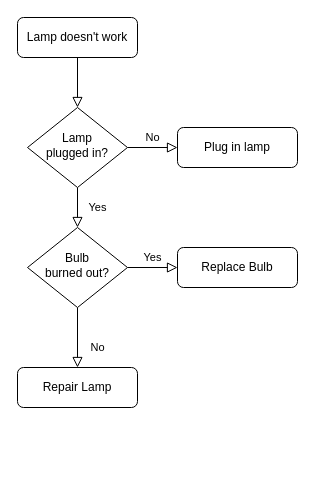
bird1225/draw keeps this draw.io diagram as 报警事件详情.drawio. Above is the earlier version. Source tidied: cells renumbered, new cells numbered last; positions are measured from the earlier drawing's top-left corner, leaving out a move shared by most shapes. Both pictures are drawn from the tidied source at 100%, with x=0, y=0 at pixel (17, 17).
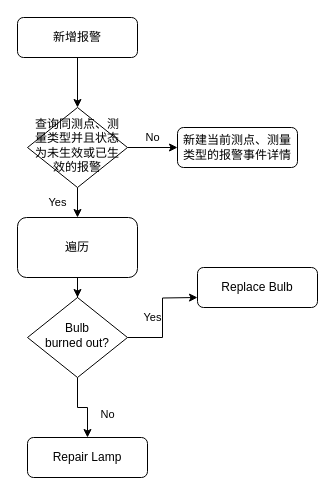
Above is the later version.

Commit message:
更新报警事件详情.drawio

The edit, as a diff of the source:
```diff
@@
 <mxGraphModel>
   <root>
     <mxCell id="0" />
     <mxCell id="1" parent="0" />
-    <mxCell id="2" style="rounded=0;html=1;jettySize=auto;fontSize=11;endArrow=block;endFill=0;endSize=8;strokeWidth=1;shadow=0;labelBackgroundColor=none;edgeStyle=orthogonalEdgeStyle;" parent="1" edge="1" source="3" target="6">
+    <mxCell id="2" style="rounded=0;html=1;jettySize=auto;fontSize=11;endArrow=classic;endFill=1;strokeWidth=1;shadow=0;labelBackgroundColor=none;edgeStyle=orthogonalEdgeStyle;" parent="1" edge="1" source="3" target="6">
       <mxGeometry relative="1" as="geometry" />
     </mxCell>
-    <mxCell id="3" value="Lamp doesn't work" style="rounded=1;whiteSpace=wrap;html=1;fontSize=12;glass=0;strokeWidth=1;shadow=0;" parent="1" vertex="1">
+    <mxCell id="3" value="新增报警" style="rounded=1;whiteSpace=wrap;html=1;fontSize=12;glass=0;strokeWidth=1;shadow=0;" parent="1" vertex="1">
       <mxGeometry width="120" height="40" as="geometry" />
     </mxCell>
-    <mxCell id="4" value="Yes" style="rounded=0;html=1;jettySize=auto;fontSize=11;endArrow=block;endFill=0;endSize=8;strokeWidth=1;shadow=0;labelBackgroundColor=none;edgeStyle=orthogonalEdgeStyle;" parent="1" edge="1" source="6" target="10">
+    <mxCell id="4" value="Yes" style="rounded=0;html=1;jettySize=auto;fontSize=11;endArrow=classic;endFill=1;strokeWidth=1;shadow=0;labelBackgroundColor=none;edgeStyle=orthogonalEdgeStyle;entryX=0.5;entryY=0;entryDx=0;entryDy=0;" parent="1" edge="1" source="6" target="14">
       <mxGeometry y="20" relative="1" as="geometry" />
     </mxCell>
-    <mxCell id="5" value="No" style="edgeStyle=orthogonalEdgeStyle;rounded=0;html=1;jettySize=auto;fontSize=11;endArrow=block;endFill=0;endSize=8;strokeWidth=1;shadow=0;labelBackgroundColor=none;" parent="1" edge="1" source="6" target="7">
+    <mxCell id="5" value="No" style="edgeStyle=orthogonalEdgeStyle;rounded=0;html=1;jettySize=auto;fontSize=11;endArrow=classic;endFill=1;strokeWidth=1;shadow=0;labelBackgroundColor=none;" parent="1" edge="1" source="6" target="7">
       <mxGeometry y="10" relative="1" as="geometry" />
     </mxCell>
-    <mxCell id="6" value="Lamp&lt;br&gt;plugged in?" style="rhombus;whiteSpace=wrap;html=1;shadow=0;fontFamily=Helvetica;fontSize=12;align=center;strokeWidth=1;spacing=6;spacingTop=-4;" parent="1" vertex="1">
+    <mxCell id="6" value="查询同测点、测量类型并且状态为未生效或已生效的报警" style="rhombus;whiteSpace=wrap;html=1;shadow=0;fontFamily=Helvetica;fontSize=12;align=center;strokeWidth=1;spacing=6;spacingTop=-4;" parent="1" vertex="1">
       <mxGeometry x="10" y="90" width="100" height="80" as="geometry" />
     </mxCell>
-    <mxCell id="7" value="Plug in lamp" style="rounded=1;whiteSpace=wrap;html=1;fontSize=12;glass=0;strokeWidth=1;shadow=0;" parent="1" vertex="1">
+    <mxCell id="7" value="新建当前测点、测量类型的报警事件详情" style="rounded=1;whiteSpace=wrap;html=1;fontSize=12;glass=0;strokeWidth=1;shadow=0;" parent="1" vertex="1">
       <mxGeometry x="160" y="110" width="120" height="40" as="geometry" />
     </mxCell>
-    <mxCell id="8" value="No" style="rounded=0;html=1;jettySize=auto;fontSize=11;endArrow=block;endFill=0;endSize=8;strokeWidth=1;shadow=0;labelBackgroundColor=none;edgeStyle=orthogonalEdgeStyle;" parent="1" edge="1" source="10" target="11">
+    <mxCell id="8" value="No" style="rounded=0;html=1;jettySize=auto;fontSize=11;endArrow=classic;endFill=1;strokeWidth=1;shadow=0;labelBackgroundColor=none;edgeStyle=orthogonalEdgeStyle;" parent="1" edge="1" source="10" target="11">
       <mxGeometry x="0.33" y="20" relative="1" as="geometry" />
     </mxCell>
-    <mxCell id="9" value="Yes" style="edgeStyle=orthogonalEdgeStyle;rounded=0;html=1;jettySize=auto;fontSize=11;endArrow=block;endFill=0;endSize=8;strokeWidth=1;shadow=0;labelBackgroundColor=none;" parent="1" edge="1" source="10" target="12">
-      <mxGeometry y="10" relative="1" as="geometry" />
+    <mxCell id="9" value="Yes" style="edgeStyle=orthogonalEdgeStyle;rounded=0;html=1;jettySize=auto;fontSize=11;endArrow=classic;endFill=1;strokeWidth=1;shadow=0;labelBackgroundColor=none;" parent="1" edge="1" source="10">
+      <mxGeometry y="10" relative="1" as="geometry">
+        <mxPoint x="180" y="280" as="targetPoint" />
+      </mxGeometry>
     </mxCell>
     <mxCell id="10" value="Bulb&lt;br&gt;burned out?" style="rhombus;whiteSpace=wrap;html=1;shadow=0;fontFamily=Helvetica;fontSize=12;align=center;strokeWidth=1;spacing=6;spacingTop=-4;" parent="1" vertex="1">
-      <mxGeometry x="10" y="210" width="100" height="80" as="geometry" />
+      <mxGeometry x="10" y="280" width="100" height="80" as="geometry" />
     </mxCell>
     <mxCell id="11" value="Repair Lamp" style="rounded=1;whiteSpace=wrap;html=1;fontSize=12;glass=0;strokeWidth=1;shadow=0;" parent="1" vertex="1">
-      <mxGeometry y="350" width="120" height="40" as="geometry" />
+      <mxGeometry x="10" y="420" width="120" height="40" as="geometry" />
     </mxCell>
     <mxCell id="12" value="Replace Bulb" style="rounded=1;whiteSpace=wrap;html=1;fontSize=12;glass=0;strokeWidth=1;shadow=0;" parent="1" vertex="1">
-      <mxGeometry x="160" y="230" width="120" height="40" as="geometry" />
+      <mxGeometry x="180" y="250" width="120" height="40" as="geometry" />
     </mxCell>
+    <mxCell id="13" style="edgeStyle=orthogonalEdgeStyle;rounded=0;jettySize=auto;html=1;" parent="1" edge="1" source="14" target="10">
+      <mxGeometry relative="1" as="geometry" />
+    </mxCell>
+    <mxCell id="14" value="遍历" style="rounded=1;whiteSpace=wrap;html=1;" parent="1" vertex="1">
+      <mxGeometry y="200" width="120" height="60" as="geometry" />
+    </mxCell>
   </root>
 </mxGraphModel>
```
